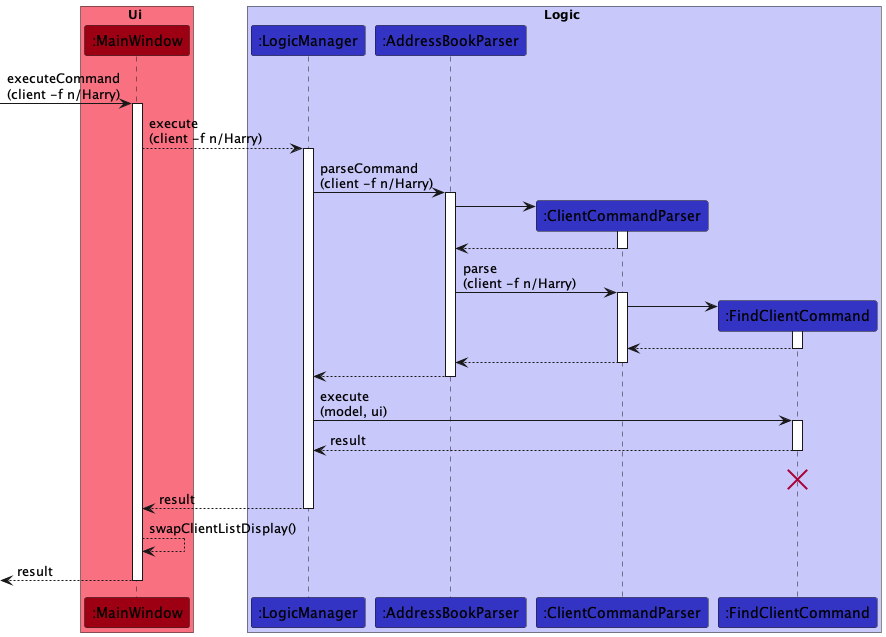
Above: docs/images/FindSequenceDiagram.png in nus-cs2103-AY2223S1/tp (PlantUML), before the change.
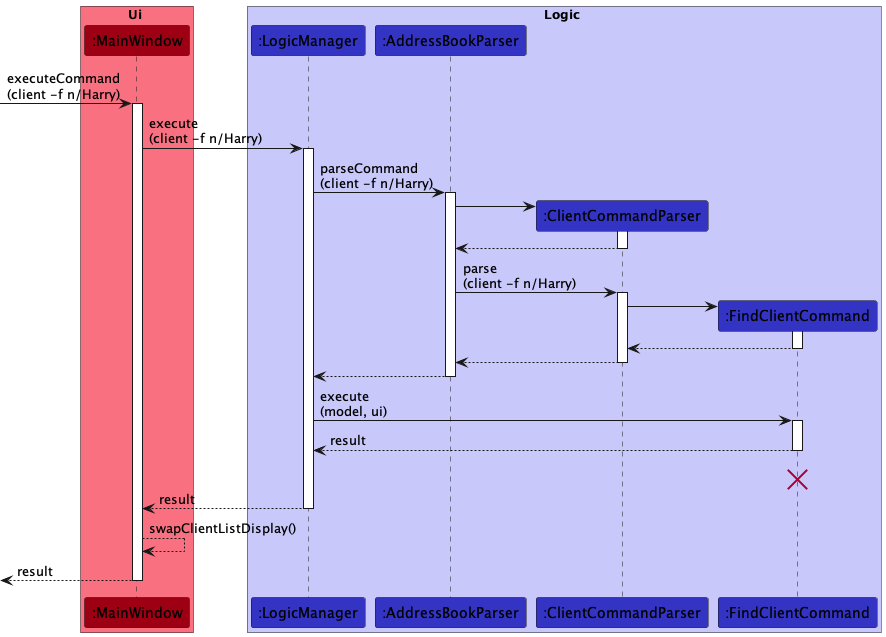
After the commit.

Change to the diagram source:
```diff
@@ -13,7 +13,7 @@
 [-> MainWindow : executeCommand\n(client -f n/Harry)
 activate MainWindow
 
-MainWindow --> LogicManager : execute\n(client -f n/Harry)
+MainWindow -> LogicManager : execute\n(client -f n/Harry)
 activate LogicManager
 
 LogicManager -> AddressBookParser : parseCommand\n(client -f n/Harry)
```
